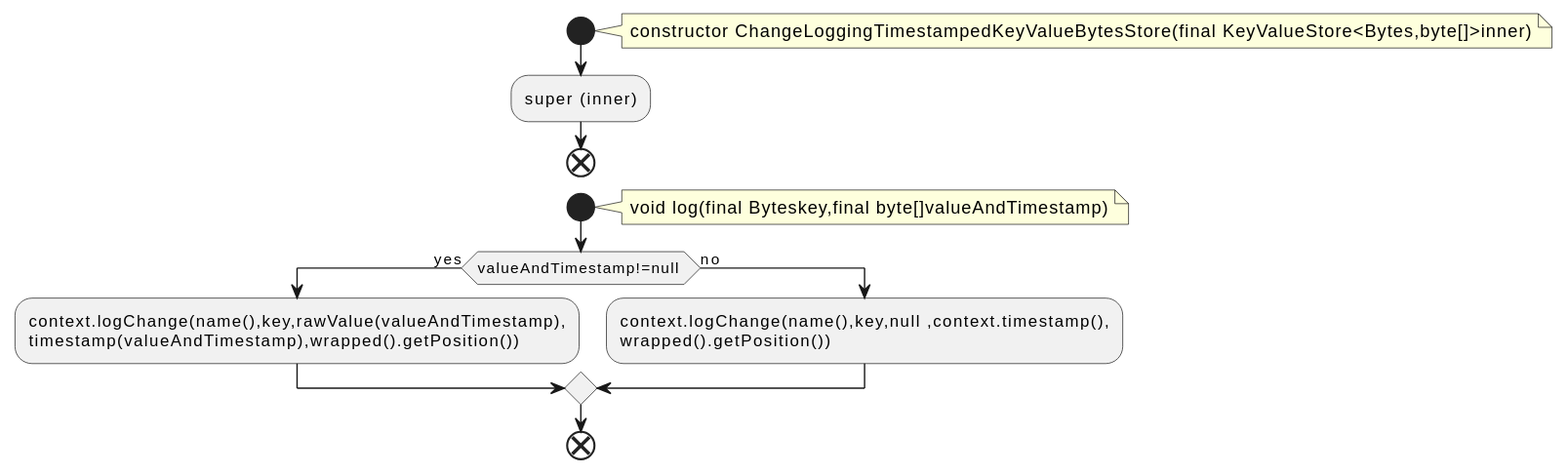
This is docs/qc/streams/src/main/java/org/apache/kafka/streams/state/internals/ChangeLoggingTimestampedKeyValueBytesStore.java.fct.svg from qualitesys/kafka, a PlantUML export, as it was before one commit.
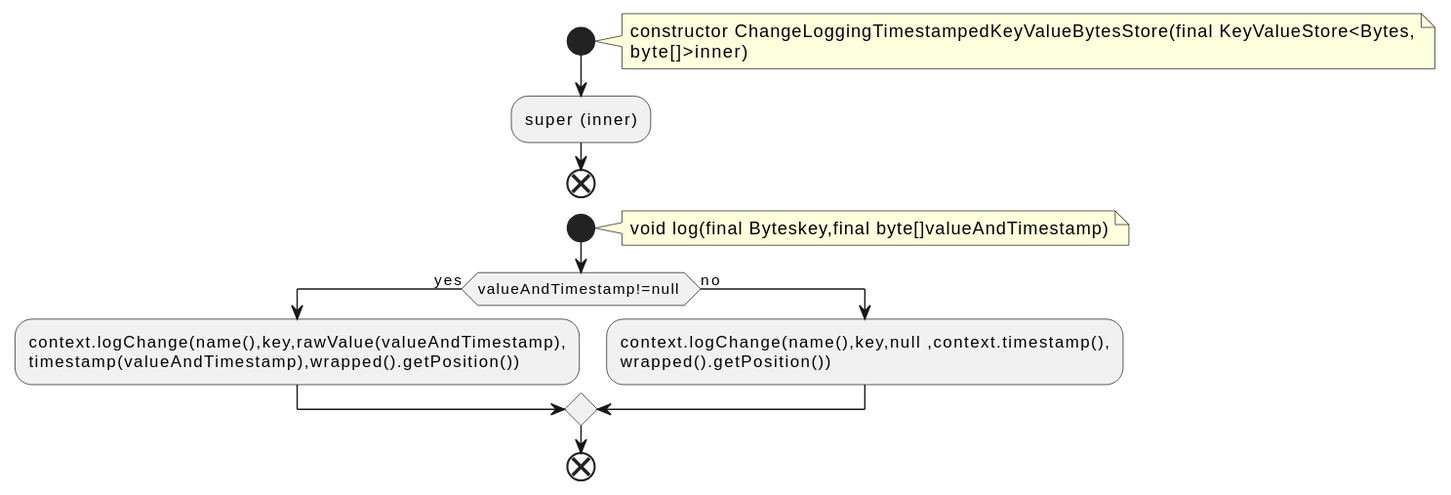
Above is the later version.

The edit, as a diff of the source:
```diff
@@ -2,7 +2,8 @@
 !pragma layout smetana
 start
 note right
-constructor ChangeLoggingTimestampedKeyValueBytesStore(final KeyValueStore<Bytes,byte[]>inner)
+constructor ChangeLoggingTimestampedKeyValueBytesStore(final KeyValueStore<Bytes,
+byte[]>inner)
 end note
 :super (inner);
 end
```
